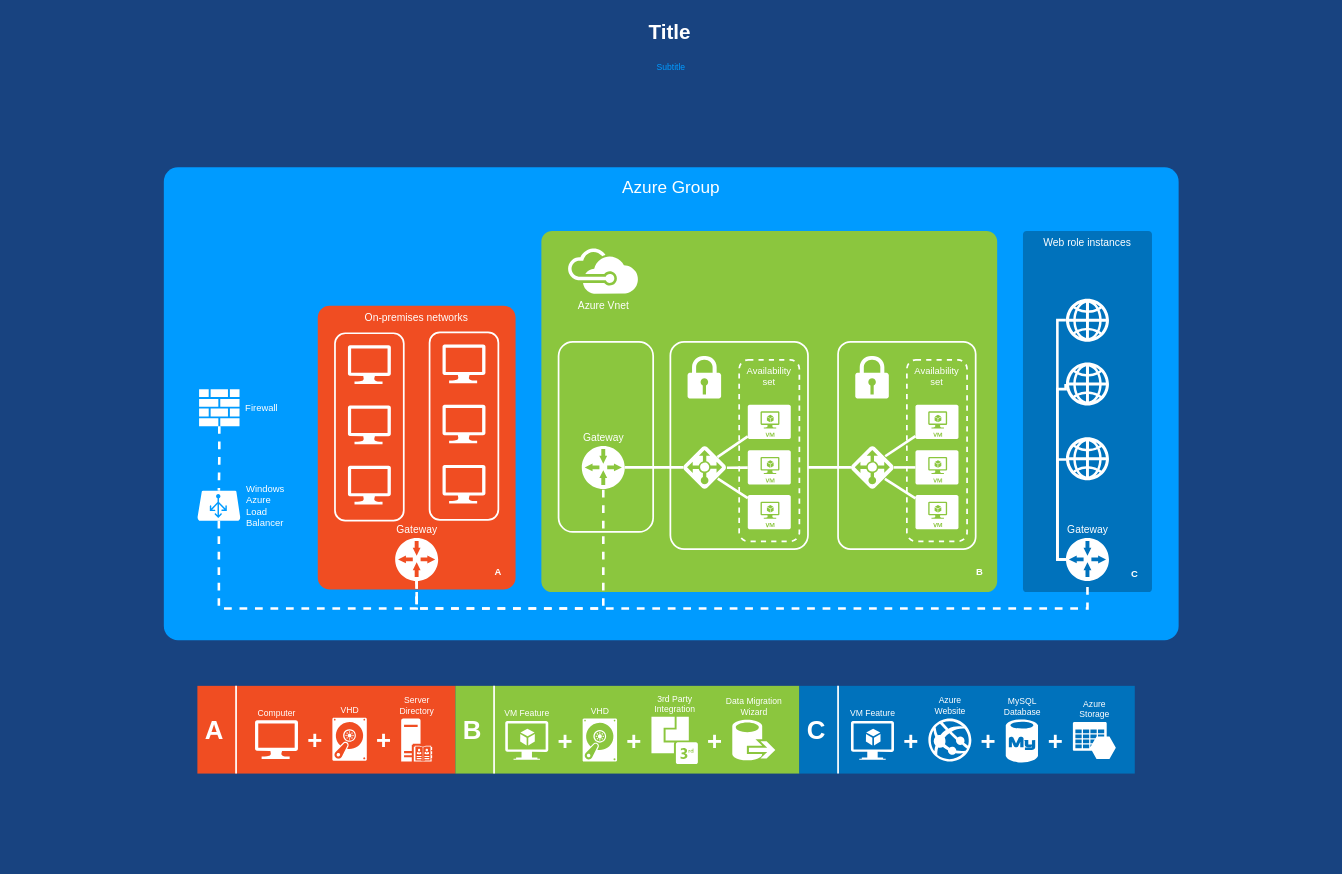
Above: 未命名绘图.drawio in suteqa/test (draw.io), before the change. Source tidied: cells renumbered, new cells numbered last; positions are measured from the earlier drawing's top-left corner, leaving out a move shared by most shapes. Both pictures are drawn from the tidied source at 86%, with x=0, y=0 at pixel (15, 15). Pictures stored in the file or linked from it are replaced by grey dashed boxes.
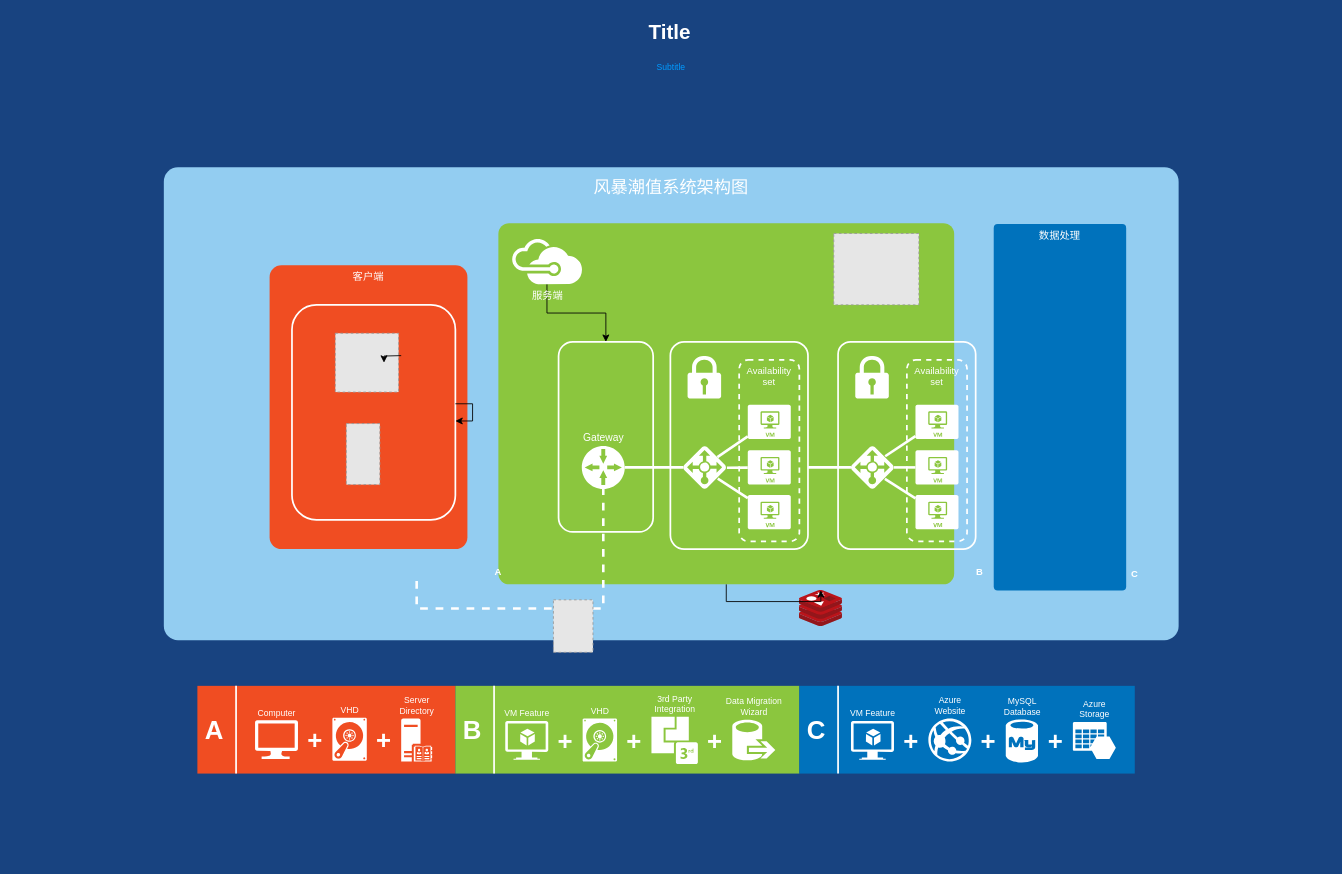
After the change.

Unchanged cells that the change refers to:
```xml
<mxCell id="9" style="rounded=1;whiteSpace=wrap;html=1;shadow=0;strokeWidth=2;fillColor=none;fontSize=12;fontColor=#000000;align=center;strokeColor=#FFFFFF;" parent="1" vertex="1">
  <mxGeometry x="632" y="380" width="110" height="221" as="geometry" />
</mxCell>
<mxCell id="14" value="Gateway" style="shadow=0;dashed=0;html=1;strokeColor=none;shape=mxgraph.mscae.enterprise.gateway;fillColor=#FFFFFF;rounded=0;fontSize=12;fontColor=#FFFFFF;align=center;labelPosition=center;verticalLabelPosition=top;verticalAlign=bottom;" parent="1" vertex="1">
  <mxGeometry x="659" y="501" width="50" height="50" as="geometry" />
</mxCell>
```

What changed in the source:
```diff
@@
-    <mxCell id="2" value="Azure Group" style="whiteSpace=wrap;html=1;rounded=1;shadow=0;strokeColor=none;strokeWidth=2;fillColor=#009BFF;fontSize=20;fontColor=#FFFFFF;align=center;arcSize=3;verticalAlign=top;spacingTop=4;" parent="1" vertex="1">
+    <mxCell id="2" value="风暴潮值系统架构图" style="whiteSpace=wrap;html=1;rounded=1;shadow=0;strokeColor=none;strokeWidth=2;fillColor=#93cdf1;fontSize=20;fontColor=#FFFFFF;align=center;arcSize=3;verticalAlign=top;spacingTop=4;" parent="1" vertex="1">
       <mxGeometry x="173" y="177" width="1180" height="550" as="geometry" />
     </mxCell>
-    <mxCell id="3" value="Web role instances" style="rounded=1;whiteSpace=wrap;html=1;shadow=0;strokeWidth=2;fillColor=#0072BC;fontSize=12;fontColor=#FFFFFF;align=center;strokeColor=none;arcSize=3;verticalAlign=top;" parent="1" vertex="1">
-      <mxGeometry x="1172" y="251" width="150" height="420" as="geometry" />
+    <mxCell id="3" value="数据处理" style="rounded=1;whiteSpace=wrap;html=1;shadow=0;strokeWidth=2;fillColor=#0072BC;fontSize=12;fontColor=#FFFFFF;align=center;strokeColor=none;arcSize=3;verticalAlign=top;" parent="1" vertex="1">
+      <mxGeometry x="1138" y="243" width="154" height="426" as="geometry" />
     </mxCell>
     <mxCell id="4" style="rounded=1;whiteSpace=wrap;html=1;shadow=0;strokeWidth=2;fillColor=#8BC63E;fontSize=12;fontColor=#000000;align=center;strokeColor=none;arcSize=3;" parent="1" vertex="1">
-      <mxGeometry x="612" y="251" width="530" height="420" as="geometry" />
+      <mxGeometry x="562" y="242" width="530" height="420" as="geometry" />
     </mxCell>
@@
-    <mxCell id="7" value="On-premises networks" style="rounded=1;whiteSpace=wrap;html=1;shadow=0;strokeWidth=2;fillColor=#F04D22;fontSize=12;fontColor=#FFFFFF;align=center;strokeColor=none;arcSize=6;verticalAlign=top;" parent="1" vertex="1">
-      <mxGeometry x="352" y="338" width="230" height="330" as="geometry" />
+    <mxCell id="7" value="客户端" style="rounded=1;whiteSpace=wrap;html=1;shadow=0;strokeWidth=2;fillColor=#F04D22;fontSize=12;fontColor=#FFFFFF;align=center;strokeColor=none;arcSize=6;verticalAlign=top;" parent="1" vertex="1">
+      <mxGeometry x="296" y="291" width="230" height="330" as="geometry" />
     </mxCell>
     <mxCell id="8" style="rounded=1;whiteSpace=wrap;html=1;shadow=0;strokeWidth=2;fillColor=none;fontSize=12;fontColor=#000000;align=center;strokeColor=#FFFFFF;" parent="1" vertex="1">
-      <mxGeometry x="372" y="370" width="80" height="218" as="geometry" />
+      <mxGeometry x="322" y="337" width="190" height="250" as="geometry" />
     </mxCell>
@@
-    <mxCell id="10" style="verticalLabelPosition=bottom;html=1;verticalAlign=top;strokeColor=none;fillColor=#FFFFFF;shape=mxgraph.azure.computer;rounded=0;shadow=0;fontSize=12;fontColor=#000000;align=center;" parent="1" vertex="1">
-      <mxGeometry x="387" y="384" width="50" height="45" as="geometry" />
-    </mxCell>
-    <mxCell id="11" style="verticalLabelPosition=bottom;html=1;verticalAlign=top;strokeColor=none;fillColor=#FFFFFF;shape=mxgraph.azure.computer;rounded=0;shadow=0;fontSize=12;fontColor=#000000;align=center;" parent="1" vertex="1">
-      <mxGeometry x="387" y="454" width="50" height="45" as="geometry" />
-    </mxCell>
-    <mxCell id="12" style="verticalLabelPosition=bottom;html=1;verticalAlign=top;strokeColor=none;fillColor=#FFFFFF;shape=mxgraph.azure.computer;rounded=0;shadow=0;fontSize=12;fontColor=#000000;align=center;" parent="1" vertex="1">
-      <mxGeometry x="387" y="524" width="50" height="45" as="geometry" />
-    </mxCell>
@@
+    <mxCell id="87" style="edgeStyle=orthogonalEdgeStyle;rounded=0;jettySize=auto;html=1;" parent="1" edge="1" source="23" target="9">
+      <mxGeometry relative="1" as="geometry" />
+    </mxCell>
-    <mxCell id="23" value="Azure Vnet" style="shadow=0;dashed=0;html=1;strokeColor=none;fillColor=#FFFFFF;labelPosition=center;verticalLabelPosition=bottom;verticalAlign=top;shape=mxgraph.office.clouds.azure;rounded=1;fontSize=12;fontColor=#FFFFFF;align=center;" parent="1" vertex="1">
-      <mxGeometry x="642" y="271" width="83" height="53" as="geometry" />
+    <mxCell id="23" value="服务端" style="shadow=0;dashed=0;html=1;strokeColor=none;fillColor=#FFFFFF;labelPosition=center;verticalLabelPosition=bottom;verticalAlign=top;shape=mxgraph.office.clouds.azure;rounded=1;fontSize=12;fontColor=#FFFFFF;align=center;" parent="1" vertex="1">
+      <mxGeometry x="577" y="260" width="83" height="53" as="geometry" />
     </mxCell>
-    <mxCell id="24" style="rounded=1;whiteSpace=wrap;html=1;shadow=0;strokeWidth=2;fillColor=none;fontSize=12;fontColor=#000000;align=center;strokeColor=#FFFFFF;" parent="1" vertex="1">
-      <mxGeometry x="482" y="369" width="80" height="218" as="geometry" />
-    </mxCell>
-    <mxCell id="25" style="verticalLabelPosition=bottom;html=1;verticalAlign=top;strokeColor=none;fillColor=#FFFFFF;shape=mxgraph.azure.computer;rounded=0;shadow=0;fontSize=12;fontColor=#000000;align=center;" parent="1" vertex="1">
-      <mxGeometry x="497" y="383" width="50" height="45" as="geometry" />
-    </mxCell>
-    <mxCell id="26" style="verticalLabelPosition=bottom;html=1;verticalAlign=top;strokeColor=none;fillColor=#FFFFFF;shape=mxgraph.azure.computer;rounded=0;shadow=0;fontSize=12;fontColor=#000000;align=center;" parent="1" vertex="1">
-      <mxGeometry x="497" y="453" width="50" height="45" as="geometry" />
-    </mxCell>
-    <mxCell id="27" style="verticalLabelPosition=bottom;html=1;verticalAlign=top;strokeColor=none;fillColor=#FFFFFF;shape=mxgraph.azure.computer;rounded=0;shadow=0;fontSize=12;fontColor=#000000;align=center;" parent="1" vertex="1">
-      <mxGeometry x="497" y="523" width="50" height="45" as="geometry" />
-    </mxCell>
-    <mxCell id="28" style="edgeStyle=orthogonalEdgeStyle;html=1;startArrow=none;startFill=0;startSize=10;endArrow=none;endFill=0;endSize=10;strokeWidth=3;fontSize=11;fontColor=#FFFFFF;strokeColor=#FFFFFF;dashed=1;rounded=0;" parent="1" edge="1" source="29" target="14">
+    <mxCell id="28" style="edgeStyle=orthogonalEdgeStyle;html=1;startArrow=none;startFill=0;startSize=10;endArrow=none;endFill=0;endSize=10;strokeWidth=3;fontSize=11;fontColor=#FFFFFF;strokeColor=#FFFFFF;dashed=1;rounded=0;" parent="1" edge="1" source="91" target="14">
       <mxGeometry relative="1" as="geometry">
         <Array as="points">
-          <mxPoint x="467" y="690" />
           <mxPoint x="684" y="690" />
         </Array>
       </mxGeometry>
     </mxCell>
-    <mxCell id="29" value="Gateway" style="shadow=0;dashed=0;html=1;strokeColor=none;shape=mxgraph.mscae.enterprise.gateway;fillColor=#FFFFFF;rounded=0;fontSize=12;fontColor=#FFFFFF;align=center;labelPosition=center;verticalLabelPosition=top;verticalAlign=bottom;" parent="1" vertex="1">
-      <mxGeometry x="442" y="608" width="50" height="50" as="geometry" />
-    </mxCell>
@@
-    <mxCell id="41" style="edgeStyle=orthogonalEdgeStyle;html=1;startArrow=none;startFill=0;startSize=10;endArrow=none;endFill=0;endSize=10;strokeWidth=3;fontSize=11;fontColor=#FFFFFF;strokeColor=#FFFFFF;dashed=1;rounded=0;" parent="1" edge="1" source="42" target="45">
-      <mxGeometry relative="1" as="geometry" />
-    </mxCell>
-    <mxCell id="42" value="Firewall" style="shadow=0;dashed=0;html=1;strokeColor=none;labelPosition=right;verticalLabelPosition=middle;verticalAlign=middle;shape=mxgraph.office.concepts.firewall;fillColor=#FFFFFF;rounded=1;fontSize=11;fontColor=#FFFFFF;align=left;spacingLeft=5;" parent="1" vertex="1">
-      <mxGeometry x="214" y="435" width="47" height="43" as="geometry" />
-    </mxCell>
-    <mxCell id="43" style="edgeStyle=orthogonalEdgeStyle;html=1;startArrow=none;startFill=0;startSize=10;endArrow=none;endFill=0;endSize=10;strokeWidth=3;fontSize=11;fontColor=#FFFFFF;strokeColor=#FFFFFF;dashed=1;rounded=0;" parent="1" edge="1" source="29" target="51">
-      <mxGeometry relative="1" as="geometry">
-        <Array as="points">
-          <mxPoint x="467" y="690" />
-          <mxPoint x="1247" y="690" />
-        </Array>
-      </mxGeometry>
-    </mxCell>
-    <mxCell id="44" style="edgeStyle=orthogonalEdgeStyle;html=1;startArrow=none;startFill=0;startSize=10;endArrow=none;endFill=0;endSize=10;strokeWidth=3;fontSize=11;fontColor=#FFFFFF;strokeColor=#FFFFFF;dashed=1;rounded=0;" parent="1" edge="1" source="45" target="29">
-      <mxGeometry relative="1" as="geometry">
-        <Array as="points">
-          <mxPoint x="237" y="690" />
-          <mxPoint x="467" y="690" />
-        </Array>
-      </mxGeometry>
-    </mxCell>
-    <mxCell id="45" value="Windows&lt;div&gt;Azure&lt;/div&gt;&lt;div&gt;Load&lt;/div&gt;&lt;div&gt;Balancer&lt;/div&gt;" style="verticalLabelPosition=middle;html=1;verticalAlign=middle;strokeColor=none;fillColor=#FFFFFF;shape=mxgraph.azure.azure_load_balancer;rounded=1;shadow=0;dashed=1;fontSize=11;fontColor=#FFFFFF;align=left;labelPosition=right;spacingLeft=5;" parent="1" vertex="1">
-      <mxGeometry x="212" y="553" width="50" height="35" as="geometry" />
-    </mxCell>
-    <mxCell id="46" style="shadow=0;dashed=0;html=1;strokeColor=none;shape=mxgraph.mscae.enterprise.web;fillColor=#FFFFFF;rounded=1;fontSize=11;fontColor=#FFFFFF;align=center;" parent="1" vertex="1">
-      <mxGeometry x="1222" y="491" width="50" height="50" as="geometry" />
-    </mxCell>
-    <mxCell id="47" style="shadow=0;dashed=0;html=1;strokeColor=none;shape=mxgraph.mscae.enterprise.web;fillColor=#FFFFFF;rounded=1;fontSize=11;fontColor=#FFFFFF;align=center;" parent="1" vertex="1">
-      <mxGeometry x="1222" y="404" width="50" height="50" as="geometry" />
-    </mxCell>
-    <mxCell id="48" style="shadow=0;dashed=0;html=1;strokeColor=none;shape=mxgraph.mscae.enterprise.web;fillColor=#FFFFFF;rounded=1;fontSize=11;fontColor=#FFFFFF;align=center;" parent="1" vertex="1">
-      <mxGeometry x="1222" y="330" width="50" height="50" as="geometry" />
-    </mxCell>
-    <mxCell id="49" style="edgeStyle=orthogonalEdgeStyle;rounded=0;elbow=vertical;html=1;startArrow=none;startFill=0;startSize=10;endArrow=none;endFill=0;endSize=10;strokeColor=#FFFFFF;strokeWidth=3;fontSize=20;fontColor=#FFFFFF;entryX=0.004;entryY=0.516;entryPerimeter=0;" parent="1" edge="1" source="51" target="46">
-      <mxGeometry relative="1" as="geometry">
-        <Array as="points">
-          <mxPoint x="1212" y="633" />
-          <mxPoint x="1212" y="517" />
-        </Array>
-      </mxGeometry>
-    </mxCell>
-    <mxCell id="50" style="edgeStyle=orthogonalEdgeStyle;rounded=0;elbow=vertical;html=1;entryX=-0.002;entryY=0.494;entryPerimeter=0;startArrow=none;startFill=0;startSize=10;endArrow=none;endFill=0;endSize=10;strokeColor=#FFFFFF;strokeWidth=3;fontSize=20;fontColor=#FFFFFF;" parent="1" edge="1" source="51" target="48">
-      <mxGeometry relative="1" as="geometry">
-        <Array as="points">
-          <mxPoint x="1212" y="633" />
-          <mxPoint x="1212" y="355" />
-        </Array>
-      </mxGeometry>
-    </mxCell>
-    <mxCell id="51" value="Gateway" style="shadow=0;dashed=0;html=1;strokeColor=none;shape=mxgraph.mscae.enterprise.gateway;fillColor=#FFFFFF;rounded=0;fontSize=12;fontColor=#FFFFFF;align=center;labelPosition=center;verticalLabelPosition=top;verticalAlign=bottom;" parent="1" vertex="1">
-      <mxGeometry x="1222" y="608" width="50" height="50" as="geometry" />
-    </mxCell>
@@
-    <mxCell id="86" style="edgeStyle=orthogonalEdgeStyle;rounded=0;elbow=vertical;html=1;startArrow=none;startFill=0;startSize=10;endArrow=none;endFill=0;endSize=10;strokeColor=#FFFFFF;strokeWidth=3;fontSize=20;fontColor=#FFFFFF;entryX=-0.009;entryY=0.502;entryPerimeter=0;" parent="1" edge="1" source="51" target="47">
-      <mxGeometry relative="1" as="geometry">
-        <Array as="points">
-          <mxPoint x="1212" y="633" />
-          <mxPoint x="1212" y="435" />
-        </Array>
-      </mxGeometry>
-    </mxCell>
+    <mxCell id="88" style="edgeStyle=orthogonalEdgeStyle;rounded=0;orthogonalLoop=1;jettySize=auto;html=1;" parent="1" edge="1" source="8" target="8">
+      <mxGeometry relative="1" as="geometry" />
+    </mxCell>
+    <mxCell id="89" style="fillColor=#E6E6E6;strokeColor=#999999;dashed=1;verticalLabelPosition=bottom;labelBackgroundColor=#ffffff;verticalAlign=top;" parent="1" vertex="1">
+      <mxGeometry x="385.2" y="475" width="39" height="71" as="geometry" />
+    </mxCell>
+    <mxCell id="90" style="edgeStyle=orthogonalEdgeStyle;html=1;startArrow=none;startFill=0;startSize=10;endArrow=none;endFill=0;endSize=10;strokeWidth=3;fontSize=11;fontColor=#FFFFFF;strokeColor=#FFFFFF;dashed=1;rounded=0;" parent="1" edge="1" target="91">
+      <mxGeometry relative="1" as="geometry">
+        <mxPoint x="467" y="658" as="sourcePoint" />
+        <Array as="points">
+          <mxPoint x="467" y="690" />
+        </Array>
+      </mxGeometry>
+    </mxCell>
+    <mxCell id="91" style="fillColor=#E6E6E6;strokeColor=#999999;dashed=1;verticalLabelPosition=bottom;labelBackgroundColor=#ffffff;verticalAlign=top;" parent="1" vertex="1">
+      <mxGeometry x="626" y="680" width="46" height="61" as="geometry" />
+    </mxCell>
+    <mxCell id="92" style="fillColor=#E6E6E6;strokeColor=#999999;dashed=1;verticalLabelPosition=bottom;labelBackgroundColor=#ffffff;verticalAlign=top;" parent="1" vertex="1">
+      <mxGeometry x="952" y="254" width="99" height="83" as="geometry" />
+    </mxCell>
+    <mxCell id="93" style="fillColor=#E6E6E6;strokeColor=#999999;dashed=1;verticalLabelPosition=bottom;labelBackgroundColor=#ffffff;verticalAlign=top;" parent="1" vertex="1">
+      <mxGeometry x="372.4" y="370" width="73.6" height="68.4" as="geometry" />
+    </mxCell>
+    <mxCell id="94" style="edgeStyle=orthogonalEdgeStyle;rounded=0;jettySize=auto;html=1;" parent="1" edge="1" target="93">
+      <mxGeometry relative="1" as="geometry">
+        <mxPoint x="449" y="396" as="sourcePoint" />
+      </mxGeometry>
+    </mxCell>
+    <mxCell id="95" style="image;sketch=0;html=1;points=[];align=center;fontSize=12;image=img/lib/mscae/Cache_Redis_Product.svg;" parent="1" vertex="1">
+      <mxGeometry x="912" y="669" width="50" height="42" as="geometry" />
+    </mxCell>
+    <mxCell id="96" style="edgeStyle=orthogonalEdgeStyle;rounded=0;jettySize=auto;html=1;" parent="1" edge="1" source="4" target="95">
+      <mxGeometry relative="1" as="geometry" />
+    </mxCell>
```
